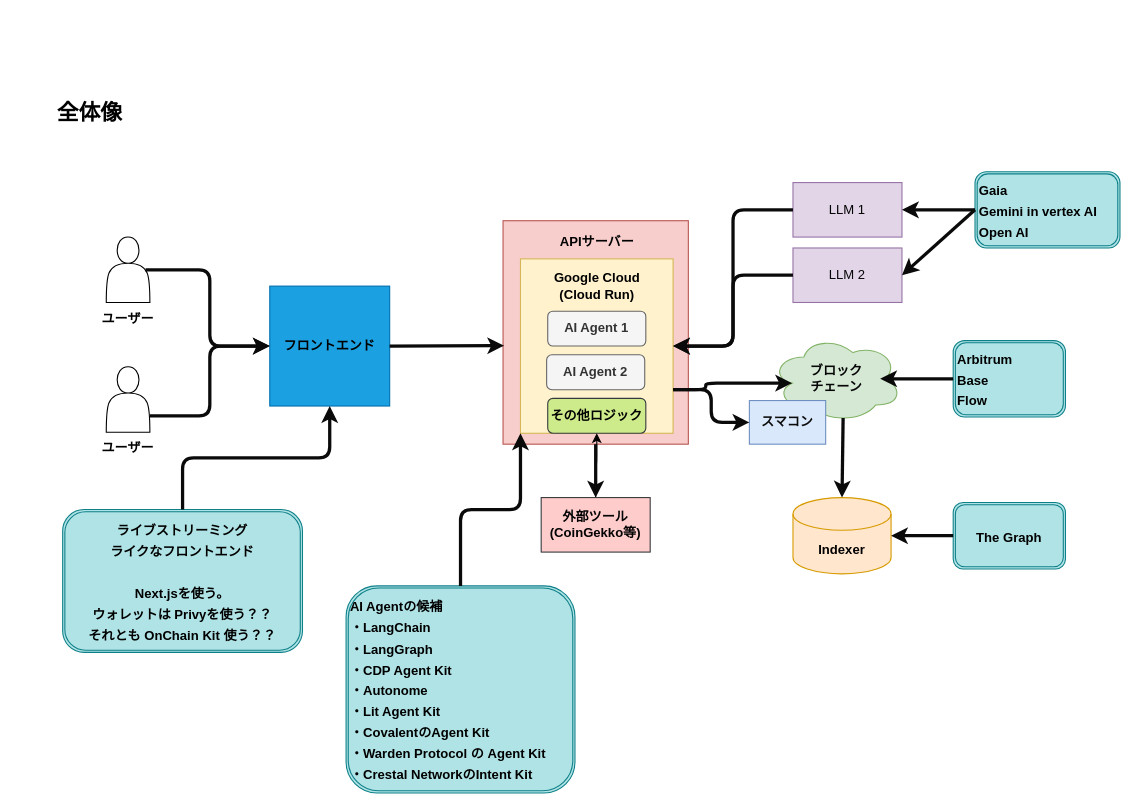
mashharuki/GoogleAIAgentHackathon2024 keeps this draw.io diagram as docs/architecture.drawio. Above is the earlier version. Source tidied: cells renumbered, new cells numbered last; positions are measured from the earlier drawing's top-left corner, leaving out a move shared by most shapes. Both pictures are drawn from the tidied source at 109%, with x=0, y=0 at pixel (19, 84).
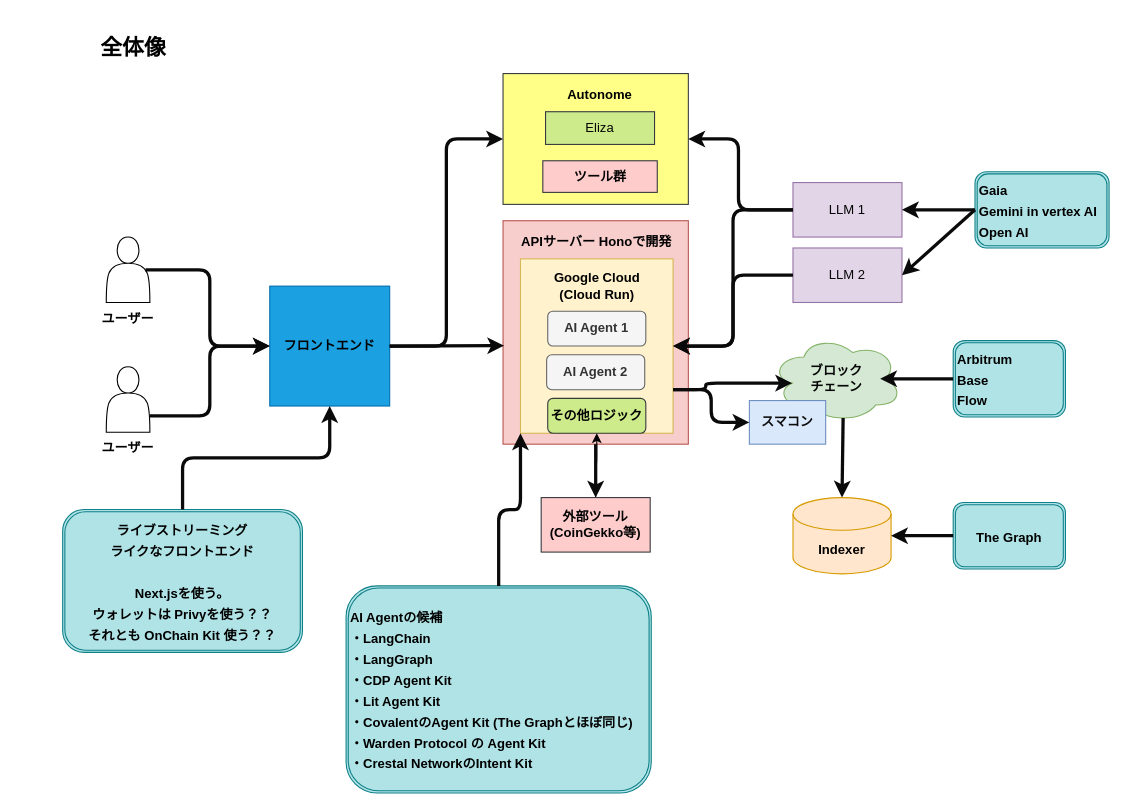
The same diagram, later.

The change refers to these unchanged cells:
```xml
<mxCell id="7" value="&lt;font color=&quot;#000000&quot;&gt;&lt;b&gt;フロントエンド&lt;/b&gt;&lt;/font&gt;" style="whiteSpace=wrap;html=1;fontColor=#ffffff;fillColor=#1ba1e2;strokeColor=#006EAF;" parent="1" vertex="1">
  <mxGeometry x="230" y="185" width="110" height="110" as="geometry" />
</mxCell>
<mxCell id="10" value="&lt;font color=&quot;#030303&quot;&gt;LLM 1&lt;/font&gt;" style="rounded=0;whiteSpace=wrap;html=1;fillColor=#e1d5e7;strokeColor=#9673a6;" parent="1" vertex="1">
  <mxGeometry x="710" y="90" width="100" height="50" as="geometry" />
</mxCell>
```

Diff of the diagram source:
```diff
@@
     <mxCell id="2" value="&lt;font color=&quot;#000000&quot;&gt;&lt;span style=&quot;font-size: 20px;&quot;&gt;&lt;b&gt;全体像&lt;/b&gt;&lt;/span&gt;&lt;/font&gt;" style="text;html=1;strokeColor=none;fillColor=none;align=center;verticalAlign=middle;whiteSpace=wrap;rounded=0;" parent="1" vertex="1">
-      <mxGeometry width="130" height="50" as="geometry" />
+      <mxGeometry x="40" y="-60" width="130" height="50" as="geometry" />
     </mxCell>
@@
-    <mxCell id="13" value="&lt;font color=&quot;#000000&quot;&gt;&lt;b&gt;APIサーバー&lt;/b&gt;&lt;/font&gt;" style="text;html=1;strokeColor=none;fillColor=none;align=center;verticalAlign=middle;whiteSpace=wrap;rounded=0;" parent="1" vertex="1">
-      <mxGeometry x="489.5" y="130" width="81" height="30" as="geometry" />
+    <mxCell id="13" value="&lt;font color=&quot;#000000&quot;&gt;&lt;b&gt;APIサーバー Honoで開発&lt;/b&gt;&lt;/font&gt;" style="text;html=1;strokeColor=none;fillColor=none;align=center;verticalAlign=middle;whiteSpace=wrap;rounded=0;" parent="1" vertex="1">
+      <mxGeometry x="450" y="130" width="160" height="30" as="geometry" />
     </mxCell>
@@
-    <mxCell id="31" value="&lt;span style=&quot;font-size: 12px;&quot;&gt;AI Agentの候補&lt;br&gt;・LangChain&lt;br&gt;・LangGraph&lt;br&gt;・CDP Agent Kit&lt;br&gt;・Autonome&lt;br&gt;・Lit Agent Kit&lt;br&gt;・CovalentのAgent Kit&lt;br&gt;・Warden Protocol の Agent Kit&lt;br&gt;・Crestal NetworkのIntent Kit&lt;br&gt;&lt;/span&gt;" style="shape=ext;double=1;rounded=1;whiteSpace=wrap;html=1;fontSize=16;fillColor=#b0e3e6;strokeColor=#0e8088;fontColor=#000000;fontStyle=1;align=left;" parent="1" vertex="1">
-      <mxGeometry x="300" y="460" width="210" height="190" as="geometry" />
+    <mxCell id="31" value="&lt;span style=&quot;font-size: 12px;&quot;&gt;AI Agentの候補&lt;br&gt;・LangChain&lt;br&gt;・LangGraph&lt;br&gt;・CDP Agent Kit&lt;br&gt;・Lit Agent Kit&lt;br&gt;・CovalentのAgent Kit (The Graphとほぼ同じ)&lt;br&gt;・Warden Protocol の Agent Kit&lt;br&gt;・Crestal NetworkのIntent Kit&lt;br&gt;&lt;/span&gt;" style="shape=ext;double=1;rounded=1;whiteSpace=wrap;html=1;fontSize=16;fillColor=#b0e3e6;strokeColor=#0e8088;fontColor=#000000;fontStyle=1;align=left;" parent="1" vertex="1">
+      <mxGeometry x="300" y="460" width="280" height="190" as="geometry" />
     </mxCell>
@@
     <mxCell id="33" value="&lt;span style=&quot;font-size: 12px;&quot;&gt;Gaia&amp;nbsp;&lt;br&gt;Gemini in vertex AI&lt;br&gt;Open AI&lt;br&gt;&lt;/span&gt;" style="shape=ext;double=1;rounded=1;whiteSpace=wrap;html=1;fontSize=16;fillColor=#b0e3e6;strokeColor=#0e8088;fontColor=#000000;fontStyle=1;align=left;" parent="1" vertex="1">
-      <mxGeometry x="877" y="80" width="133" height="70" as="geometry" />
+      <mxGeometry x="877" y="80" width="123" height="70" as="geometry" />
     </mxCell>
@@
+    <mxCell id="42" style="rounded=0;whiteSpace=wrap;html=1;fillColor=#ffff88;strokeColor=#36393d;" parent="1" vertex="1">
+      <mxGeometry x="444" y="-10" width="170" height="120" as="geometry" />
+    </mxCell>
+    <mxCell id="43" value="&lt;font color=&quot;#000000&quot;&gt;&lt;b&gt;Autonome&lt;/b&gt;&lt;/font&gt;" style="text;html=1;strokeColor=none;fillColor=none;align=center;verticalAlign=middle;whiteSpace=wrap;rounded=0;" parent="1" vertex="1">
+      <mxGeometry x="466" y="-5" width="134" height="30" as="geometry" />
+    </mxCell>
+    <mxCell id="44" value="&lt;font color=&quot;#030303&quot;&gt;Eliza&lt;/font&gt;" style="rounded=0;whiteSpace=wrap;html=1;fillColor=#cdeb8b;strokeColor=#36393d;" parent="1" vertex="1">
+      <mxGeometry x="483" y="25" width="100" height="30" as="geometry" />
+    </mxCell>
+    <mxCell id="45" value="&lt;font color=&quot;#030303&quot;&gt;&lt;b&gt;ツール群&lt;br&gt;&lt;/b&gt;&lt;/font&gt;" style="rounded=0;whiteSpace=wrap;html=1;fillColor=#ffcccc;strokeColor=#36393d;" parent="1" vertex="1">
+      <mxGeometry x="480.5" y="70" width="105" height="29" as="geometry" />
+    </mxCell>
+    <mxCell id="46" style="endArrow=classic;html=1;fontColor=#000000;labelBorderColor=#000000;strokeColor=#0b0a0a;strokeWidth=3;entryX=0;entryY=0.5;entryDx=0;entryDy=0;exitX=1;exitY=0.5;exitDx=0;exitDy=0;edgeStyle=orthogonalEdgeStyle;" parent="1" edge="1" source="7" target="42">
+      <mxGeometry relative="1" as="geometry" />
+    </mxCell>
+    <mxCell id="47" style="endArrow=classic;html=1;fontColor=#000000;labelBorderColor=#000000;strokeColor=#0b0a0a;strokeWidth=3;entryX=1;entryY=0.5;entryDx=0;entryDy=0;exitX=0;exitY=0.5;exitDx=0;exitDy=0;edgeStyle=orthogonalEdgeStyle;" parent="1" edge="1" source="10" target="42">
+      <mxGeometry relative="1" as="geometry">
+        <Array as="points">
+          <mxPoint x="660" y="115" />
+          <mxPoint x="660" y="50" />
+        </Array>
+      </mxGeometry>
+    </mxCell>
```
